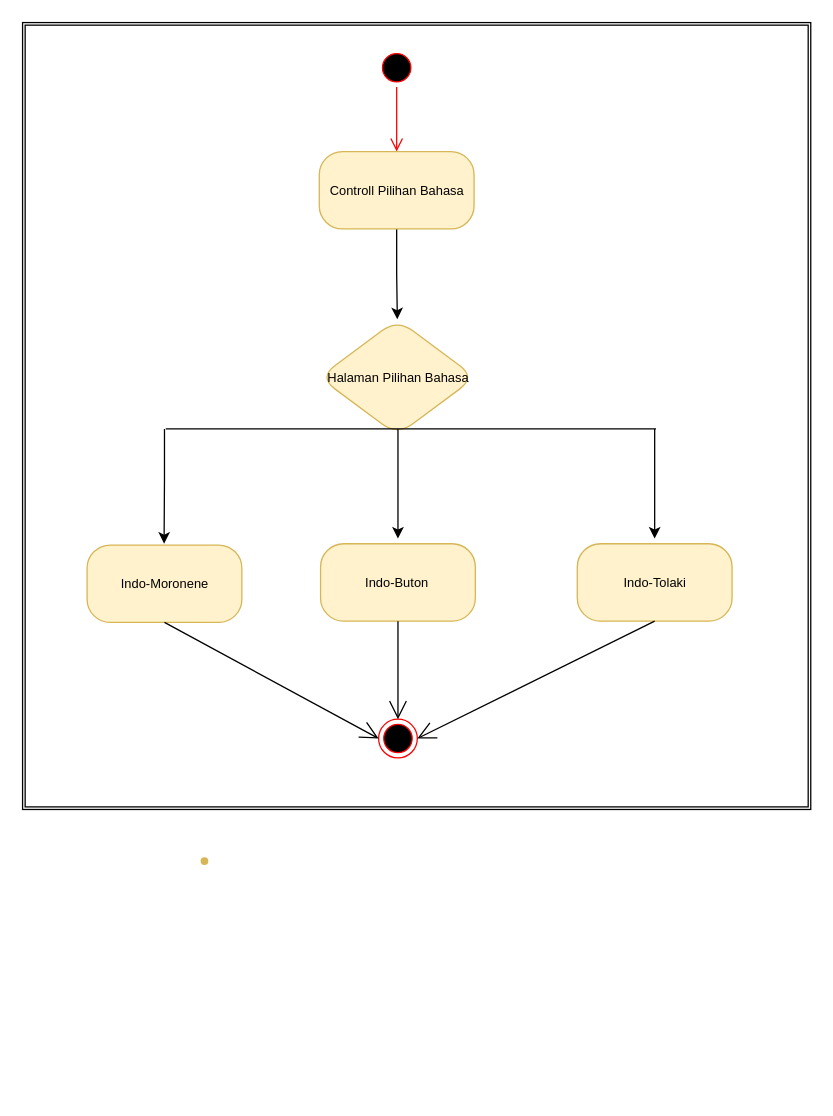
The draw.io diagram Untitled Diagram.drawio in MuhammadFahril45/wpu-belajar, before the edit. Source tidied: cells renumbered, new cells numbered last; positions are measured from the earlier drawing's top-left corner, leaving out a move shared by most shapes. Both pictures are drawn from the tidied source at 129%, with x=0, y=0 at pixel (22, 22).
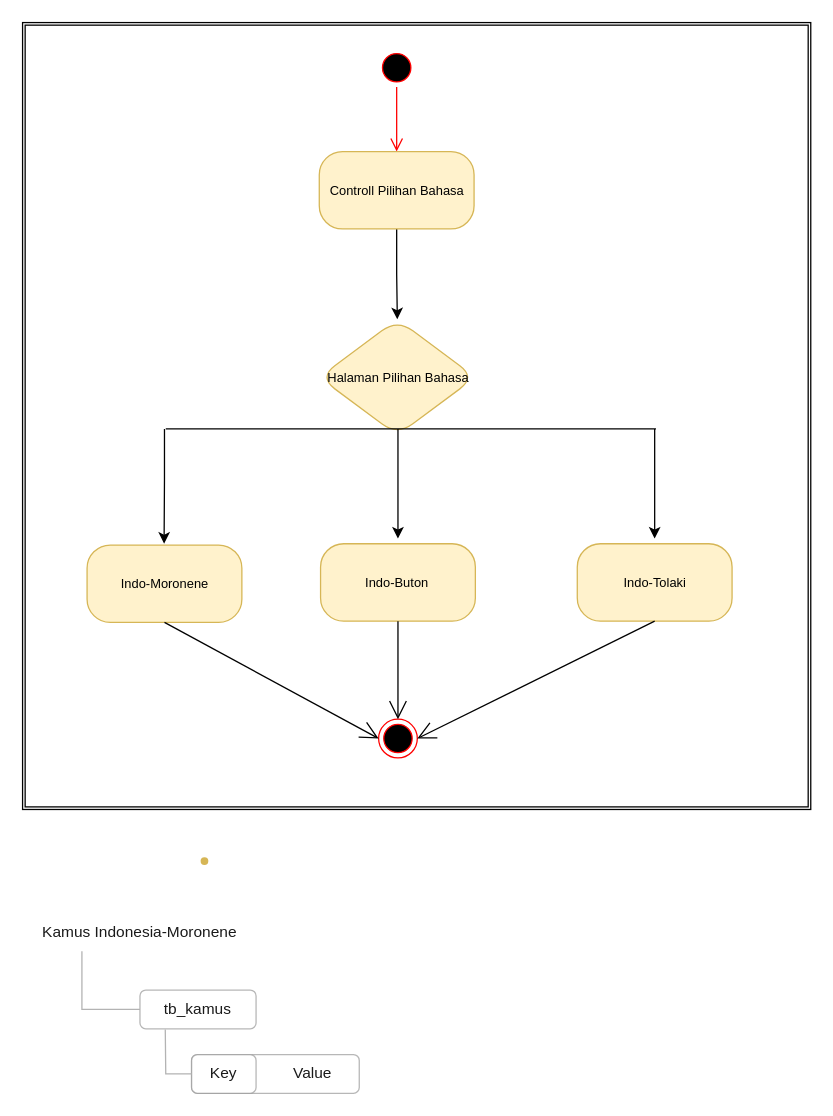
Above is the later version.

Change to the diagram source:
```diff
@@
+    <mxCell id="25" style="rounded=1;whiteSpace=wrap;html=1;strokeWidth=1;opacity=70;strokeColor=#999999;" parent="1" vertex="1">
+      <mxGeometry x="131" y="800" width="130" height="30" as="geometry" />
+    </mxCell>
+    <mxCell id="26" style="rounded=1;whiteSpace=wrap;html=1;strokeWidth=1;opacity=70;strokeColor=#999999;" parent="1" vertex="1">
+      <mxGeometry x="131" y="800" width="50" height="30" as="geometry" />
+    </mxCell>
@@
+    <mxCell id="27" style="rounded=1;whiteSpace=wrap;html=1;strokeWidth=1;opacity=70;strokeColor=#999999;" parent="1" vertex="1">
+      <mxGeometry x="91" y="750" width="90" height="30" as="geometry" />
+    </mxCell>
+    <mxCell id="28" style="endArrow=none;html=1;rounded=0;entryX=0;entryY=0.5;entryDx=0;entryDy=0;exitX=0.25;exitY=1;exitDx=0;exitDy=0;strokeColor=#B3B3B3;" parent="1" edge="1" source="29" target="27">
+      <mxGeometry relative="1" as="geometry">
+        <Array as="points">
+          <mxPoint x="46" y="765" />
+        </Array>
+      </mxGeometry>
+    </mxCell>
+    <mxCell id="29" value="Kamus Indonesia-Moronene" style="text;html=1;strokeColor=none;fillColor=none;align=center;verticalAlign=middle;whiteSpace=wrap;rounded=0;opacity=70;fontColor=#1A1A1A;" parent="1" vertex="1">
+      <mxGeometry x="1" y="690" width="180" height="30" as="geometry" />
+    </mxCell>
+    <mxCell id="30" value="tb_kamus" style="text;html=1;strokeColor=none;fillColor=none;align=center;verticalAlign=middle;whiteSpace=wrap;rounded=0;opacity=70;fontColor=#1A1A1A;" parent="1" vertex="1">
+      <mxGeometry x="46" y="750" width="180" height="30" as="geometry" />
+    </mxCell>
+    <mxCell id="31" value="Key" style="text;html=1;strokeColor=none;fillColor=none;align=center;verticalAlign=middle;whiteSpace=wrap;rounded=0;opacity=70;fontColor=#1A1A1A;" parent="1" vertex="1">
+      <mxGeometry x="66" y="800" width="180" height="30" as="geometry" />
+    </mxCell>
+    <mxCell id="32" value="Value" style="text;html=1;strokeColor=none;fillColor=none;align=center;verticalAlign=middle;whiteSpace=wrap;rounded=0;opacity=70;fontColor=#1A1A1A;" parent="1" vertex="1">
+      <mxGeometry x="150" y="800" width="150" height="30" as="geometry" />
+    </mxCell>
+    <mxCell id="33" style="endArrow=none;html=1;rounded=0;entryX=0;entryY=0.5;entryDx=0;entryDy=0;exitX=0.359;exitY=1.018;exitDx=0;exitDy=0;strokeColor=#B3B3B3;exitPerimeter=0;" parent="1" edge="1" source="30">
+      <mxGeometry relative="1" as="geometry">
+        <mxPoint x="131" y="815" as="targetPoint" />
+        <Array as="points">
+          <mxPoint x="111" y="815" />
+        </Array>
+      </mxGeometry>
+    </mxCell>
```
